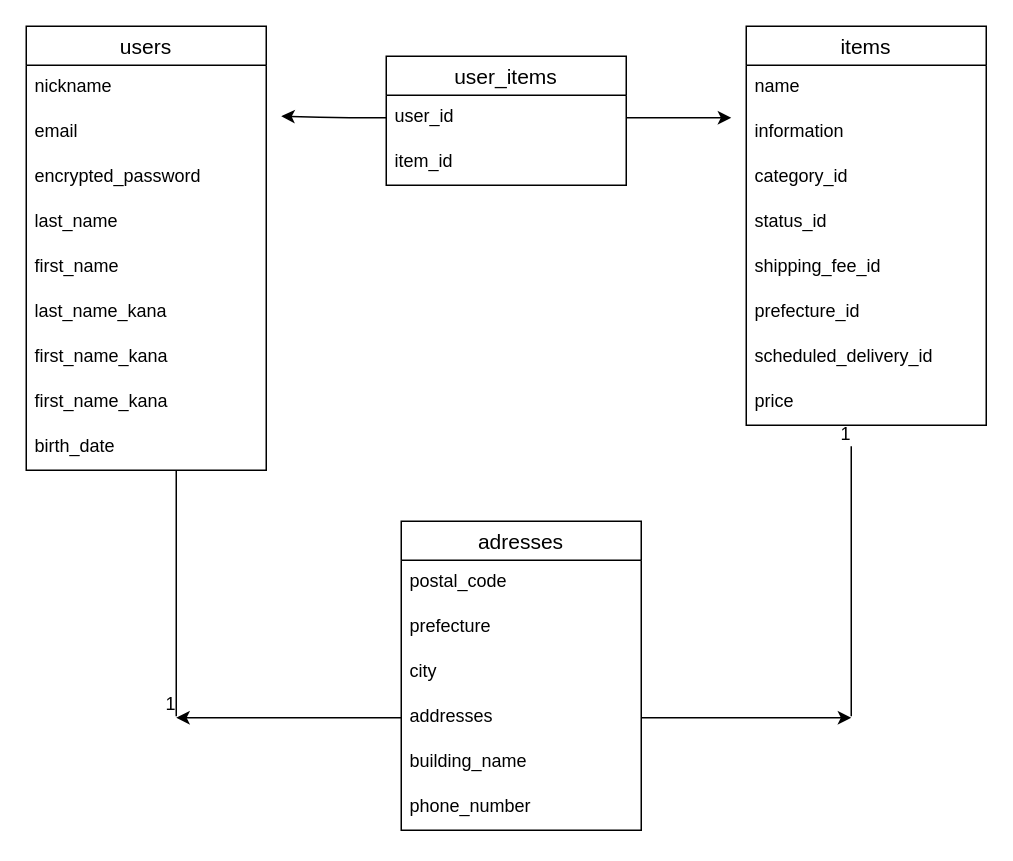
Earlier version of the draw.io diagram test.dio (nya-suke/furima-30693). Source tidied: cells renumbered, new cells numbered last; positions are measured from the earlier drawing's top-left corner, leaving out a move shared by most shapes. Both pictures are drawn from the tidied source at 150%, with x=0, y=0 at pixel (26, 26).
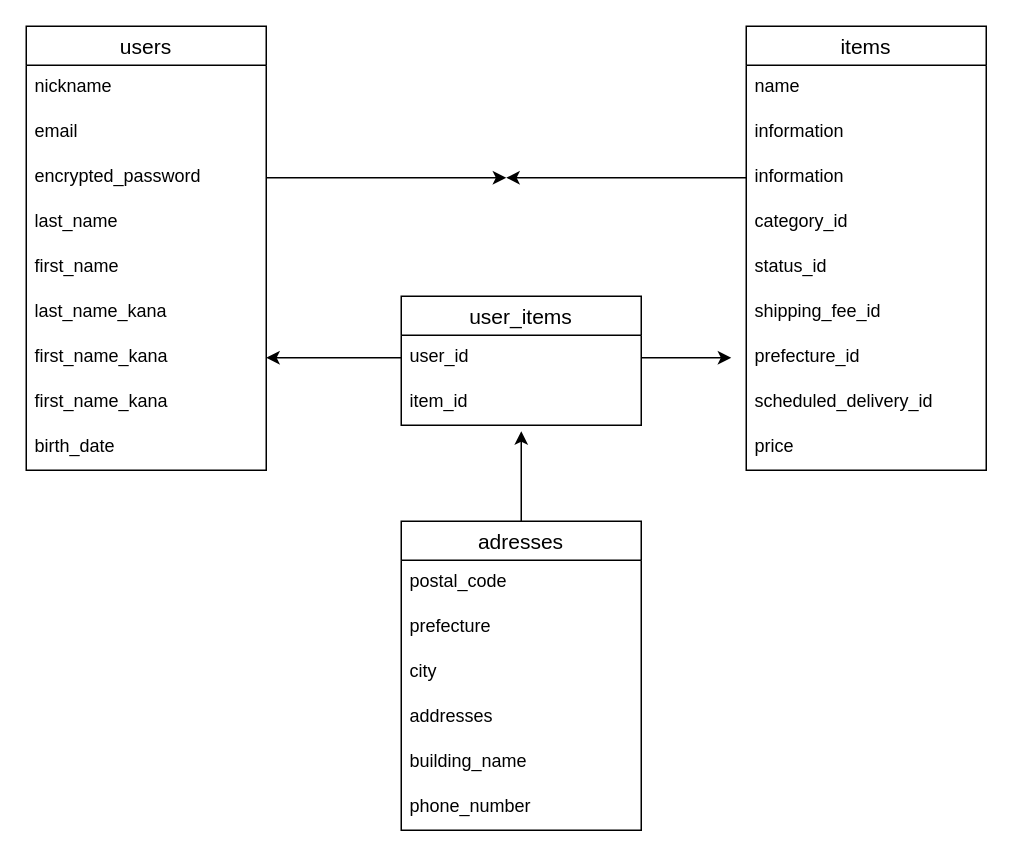
Above is the later version.

Commit message (it also covers changes not shown here):
データベース設計訂正2回目

Unchanged cells that the change refers to:
```xml
<mxCell id="5" value="encrypted_password" style="text;strokeColor=none;fillColor=none;spacingLeft=4;spacingRight=4;overflow=hidden;points=[[0,0.5],[1,0.5]];portConstraint=eastwest;fontSize=12;fontStyle=0;" parent="2" vertex="1">
  <mxGeometry y="86" width="160" height="30" as="geometry" />
</mxCell>
<mxCell id="9" value="first_name_kana&#10;" style="text;strokeColor=none;fillColor=none;spacingLeft=4;spacingRight=4;overflow=hidden;points=[[0,0.5],[1,0.5]];portConstraint=eastwest;fontSize=12;" parent="2" vertex="1">
  <mxGeometry y="206" width="160" height="30" as="geometry" />
</mxCell>
<mxCell id="21" value="adresses" style="swimlane;fontStyle=0;horizontal=1;startSize=26;align=center;fontSize=14;" parent="1" vertex="1">
  <mxGeometry x="250" y="330" width="160" height="206" as="geometry" />
</mxCell>
<mxCell id="25" value="addresses" style="text;strokeColor=none;fillColor=none;spacingLeft=4;spacingRight=4;overflow=hidden;points=[[0,0.5],[1,0.5]];portConstraint=eastwest;fontSize=12;" parent="21" vertex="1">
  <mxGeometry y="116" width="160" height="30" as="geometry" />
</mxCell>
<mxCell id="35" value="user_id" style="text;strokeColor=none;fillColor=none;spacingLeft=4;spacingRight=4;overflow=hidden;points=[[0,0.5],[1,0.5]];portConstraint=eastwest;fontSize=12;" parent="34" vertex="1">
  <mxGeometry y="26" width="160" height="30" as="geometry" />
</mxCell>
```

The edit, as a diff of the source:
```diff
@@
     <mxCell id="12" value="items" style="swimlane;fontStyle=0;horizontal=1;startSize=26;align=center;fontSize=14;" parent="1" vertex="1">
-      <mxGeometry x="480" width="160" height="266" as="geometry" />
+      <mxGeometry x="480" width="160" height="296" as="geometry" />
     </mxCell>
@@
+    <mxCell id="39" value="information" style="text;strokeColor=none;fillColor=none;spacingLeft=4;spacingRight=4;overflow=hidden;fontSize=12;" parent="12" vertex="1">
+      <mxGeometry y="56" width="160" height="30" as="geometry" />
+    </mxCell>
     <mxCell id="14" value="information" style="text;strokeColor=none;fillColor=none;spacingLeft=4;spacingRight=4;overflow=hidden;points=[[0,0.5],[1,0.5]];portConstraint=eastwest;fontSize=12;" parent="12" vertex="1">
-      <mxGeometry y="56" width="160" height="30" as="geometry" />
+      <mxGeometry y="86" width="160" height="30" as="geometry" />
     </mxCell>
     <mxCell id="15" value="category_id" style="text;strokeColor=none;fillColor=none;spacingLeft=4;spacingRight=4;overflow=hidden;fontSize=12;" parent="12" vertex="1">
-      <mxGeometry y="86" width="160" height="30" as="geometry" />
+      <mxGeometry y="116" width="160" height="30" as="geometry" />
     </mxCell>
     <mxCell id="16" value="status_id" style="text;strokeColor=none;fillColor=none;spacingLeft=4;spacingRight=4;overflow=hidden;fontSize=12;" parent="12" vertex="1">
-      <mxGeometry y="116" width="160" height="30" as="geometry" />
+      <mxGeometry y="146" width="160" height="30" as="geometry" />
     </mxCell>
     <mxCell id="17" value="shipping_fee_id" style="text;strokeColor=none;fillColor=none;spacingLeft=4;spacingRight=4;overflow=hidden;fontSize=12;" parent="12" vertex="1">
-      <mxGeometry y="146" width="160" height="30" as="geometry" />
+      <mxGeometry y="176" width="160" height="30" as="geometry" />
     </mxCell>
     <mxCell id="18" value="prefecture_id" style="text;strokeColor=none;fillColor=none;spacingLeft=4;spacingRight=4;overflow=hidden;fontSize=12;" parent="12" vertex="1">
-      <mxGeometry y="176" width="160" height="30" as="geometry" />
+      <mxGeometry y="206" width="160" height="30" as="geometry" />
     </mxCell>
     <mxCell id="19" value="scheduled_delivery_id&#10;" style="text;strokeColor=none;fillColor=none;spacingLeft=4;spacingRight=4;overflow=hidden;fontSize=12;" parent="12" vertex="1">
-      <mxGeometry y="206" width="160" height="30" as="geometry" />
+      <mxGeometry y="236" width="160" height="30" as="geometry" />
     </mxCell>
     <mxCell id="20" value="price" style="text;strokeColor=none;fillColor=none;spacingLeft=4;spacingRight=4;overflow=hidden;fontSize=12;" parent="12" vertex="1">
-      <mxGeometry y="236" width="160" height="30" as="geometry" />
+      <mxGeometry y="266" width="160" height="30" as="geometry" />
     </mxCell>
+    <mxCell id="40" style="edgeStyle=orthogonalEdgeStyle;curved=0;rounded=1;sketch=0;jettySize=auto;html=1;" parent="1" edge="1" source="21">
+      <mxGeometry relative="1" as="geometry">
+        <mxPoint x="330" y="270" as="targetPoint" />
+      </mxGeometry>
+    </mxCell>
@@
-    <mxCell id="28" style="endArrow=none;html=1;rounded=0;" parent="1" edge="1">
-      <mxGeometry relative="1" as="geometry">
-        <mxPoint x="100" y="296" as="sourcePoint" />
-        <mxPoint x="100" y="460" as="targetPoint" />
-      </mxGeometry>
-    </mxCell>
-    <mxCell id="29" value="1" style="html=1;align=right;verticalAlign=bottom;" parent="28" vertex="1">
-      <mxGeometry x="1" relative="1" as="geometry" />
-    </mxCell>
-    <mxCell id="30" style="endArrow=none;html=1;rounded=0;" parent="1" edge="1">
-      <mxGeometry relative="1" as="geometry">
-        <mxPoint x="550" y="460" as="sourcePoint" />
-        <mxPoint x="550" y="280" as="targetPoint" />
-      </mxGeometry>
-    </mxCell>
-    <mxCell id="31" value="1" style="html=1;align=right;verticalAlign=bottom;" parent="30" vertex="1">
-      <mxGeometry x="1" relative="1" as="geometry" />
-    </mxCell>
-    <mxCell id="32" style="edgeStyle=orthogonalEdgeStyle;curved=0;rounded=1;sketch=0;jettySize=auto;html=1;" parent="1" edge="1" source="25">
-      <mxGeometry relative="1" as="geometry">
-        <mxPoint x="100" y="461" as="targetPoint" />
-      </mxGeometry>
-    </mxCell>
-    <mxCell id="33" style="edgeStyle=orthogonalEdgeStyle;curved=0;rounded=1;sketch=0;jettySize=auto;html=1;" parent="1" edge="1" source="25">
-      <mxGeometry relative="1" as="geometry">
-        <mxPoint x="550" y="461" as="targetPoint" />
-      </mxGeometry>
-    </mxCell>
     <mxCell id="34" value="user_items" style="swimlane;fontStyle=0;horizontal=1;startSize=26;align=center;fontSize=14;rounded=0;sketch=0;" parent="1" vertex="1">
-      <mxGeometry x="240" y="20" width="160" height="86" as="geometry" />
+      <mxGeometry x="250" y="180" width="160" height="86" as="geometry" />
     </mxCell>
@@
-    <mxCell id="37" style="edgeStyle=orthogonalEdgeStyle;curved=0;rounded=1;sketch=0;jettySize=auto;html=1;" parent="1" edge="1" source="35">
+    <mxCell id="37" style="edgeStyle=orthogonalEdgeStyle;curved=0;rounded=1;sketch=0;jettySize=auto;html=1;entryX=1;entryY=0.5;entryDx=0;entryDy=0;" parent="1" edge="1" source="35" target="9">
       <mxGeometry relative="1" as="geometry">
-        <mxPoint x="170" y="60" as="targetPoint" />
+        <Array as="points">
+          <mxPoint x="190" y="221" />
+          <mxPoint x="190" y="221" />
+        </Array>
       </mxGeometry>
     </mxCell>
     <mxCell id="38" style="edgeStyle=orthogonalEdgeStyle;curved=0;rounded=1;sketch=0;jettySize=auto;html=1;" parent="1" edge="1" source="35">
       <mxGeometry relative="1" as="geometry">
-        <mxPoint x="470" y="61" as="targetPoint" />
+        <mxPoint x="470" y="221" as="targetPoint" />
       </mxGeometry>
     </mxCell>
+    <mxCell id="41" style="edgeStyle=orthogonalEdgeStyle;curved=0;rounded=1;sketch=0;jettySize=auto;html=1;" parent="1" edge="1" source="5">
+      <mxGeometry relative="1" as="geometry">
+        <mxPoint x="320" y="101" as="targetPoint" />
+      </mxGeometry>
+    </mxCell>
+    <mxCell id="42" style="edgeStyle=orthogonalEdgeStyle;curved=0;rounded=1;sketch=0;jettySize=auto;html=1;" parent="1" edge="1" source="14">
+      <mxGeometry relative="1" as="geometry">
+        <mxPoint x="320" y="101" as="targetPoint" />
+      </mxGeometry>
+    </mxCell>
```
